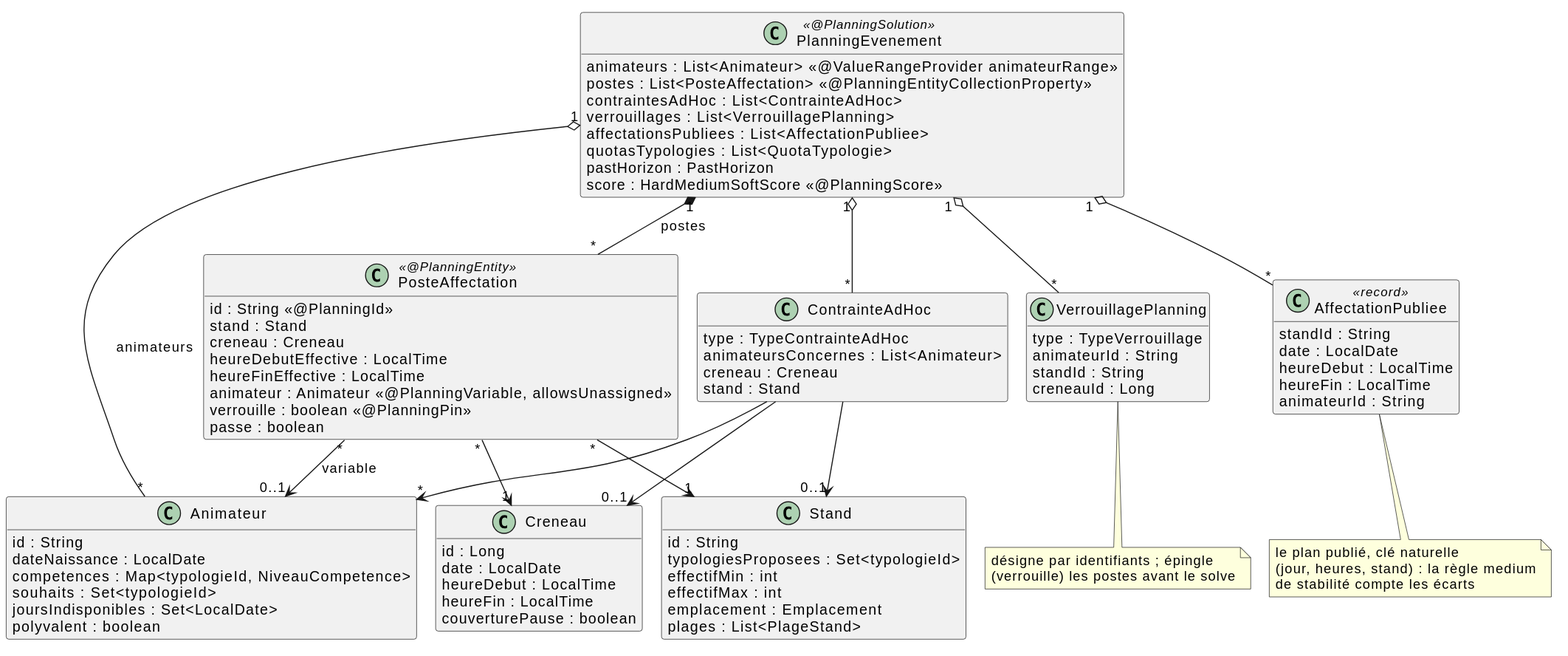
sylvainmetayer/planning-equipes keeps this PlantUML diagram as docs/diagrammes/domaine.svg. Above is the earlier version.
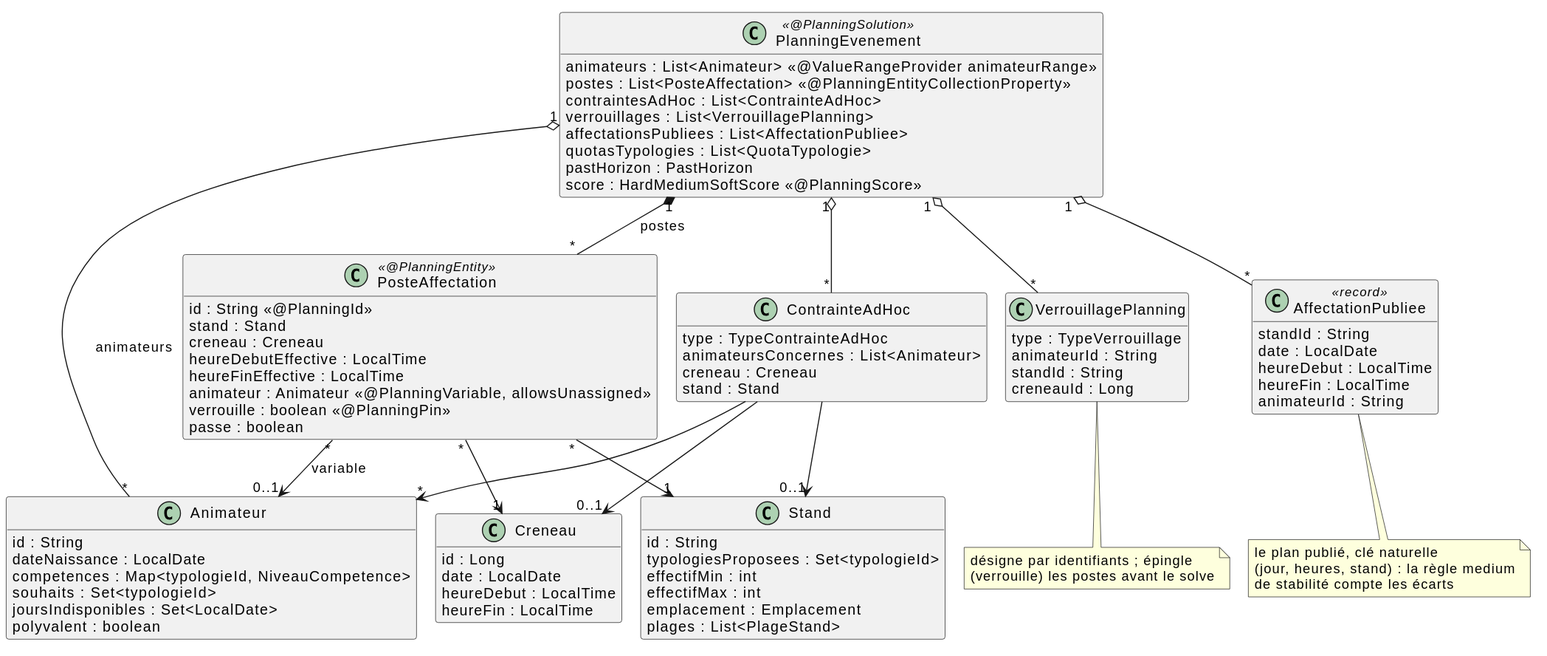
After the commit.

Change to the diagram source:
```diff
@@ -49,7 +49,6 @@
   date : LocalDate
   heureDebut : LocalTime
   heureFin : LocalTime
-  couverturePause : boolean
 }
 
 class ContrainteAdHoc {
```
